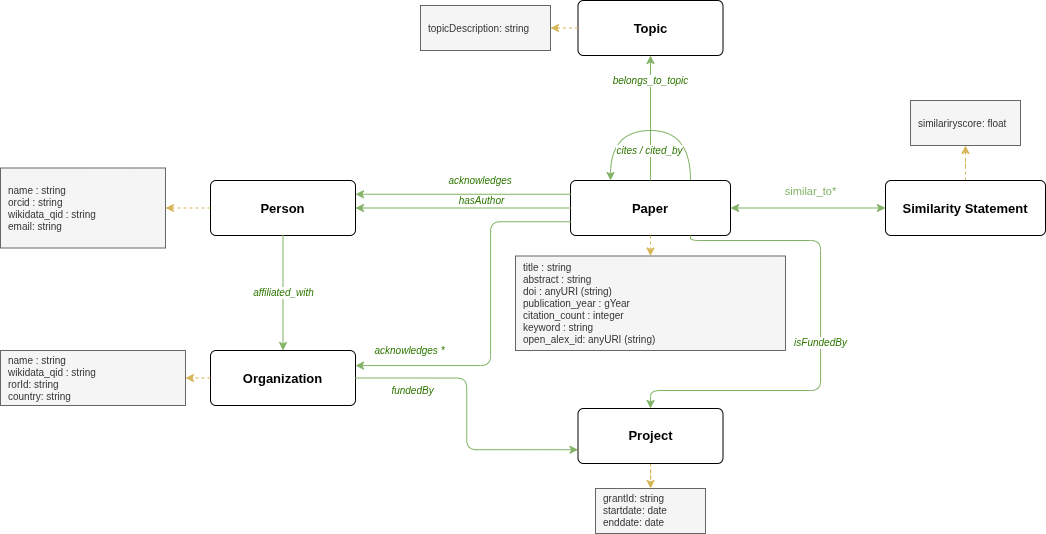
Before: ontology.png, a diagram exported from draw.io (alejandro-f-d/IA-2-SFTW). Source tidied: cells renumbered, new cells last; positions are measured from the earlier drawing's top-left corner, leaving out a move shared by most shapes.
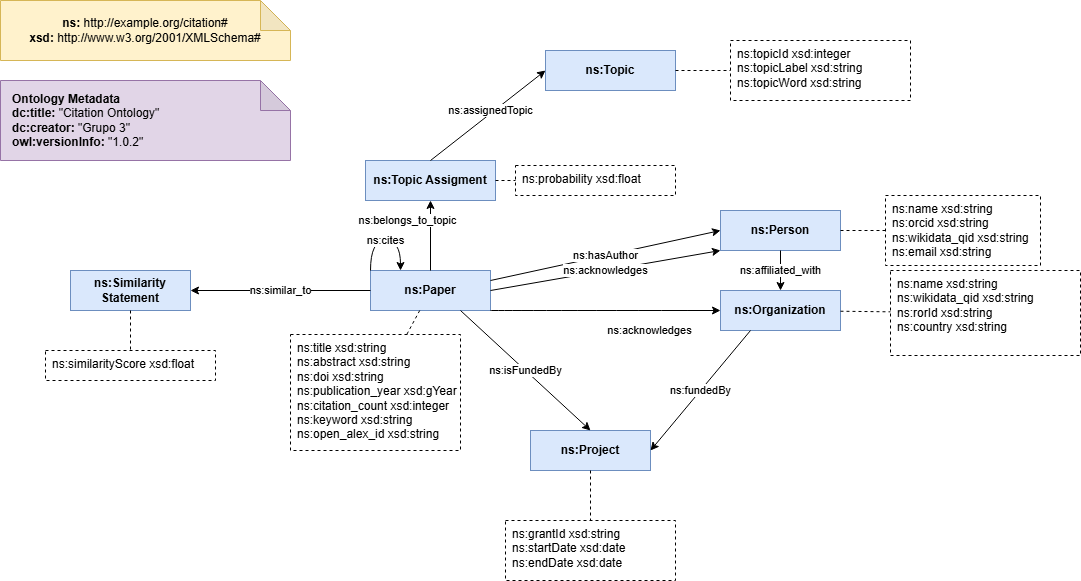
After the change.

Commit message:
Actualización de nombres de la ontología repo.

The edit, as a diff of the source:
```diff
@@ -2,121 +2,115 @@
   <root>
     <mxCell id="0" />
     <mxCell id="1" parent="0" />
-    <mxCell id="2" value="&lt;b&gt;Paper&lt;/b&gt;" style="rounded=1;whiteSpace=wrap;html=1;fontStyle=1;fontSize=13;arcSize=10;" parent="1" vertex="1">
-      <mxGeometry x="570" y="180" width="160" height="55" as="geometry" />
-    </mxCell>
-    <mxCell id="3" value="&lt;b&gt;Person&lt;/b&gt;" style="rounded=1;whiteSpace=wrap;html=1;fontStyle=1;fontSize=13;arcSize=10;" parent="1" vertex="1">
-      <mxGeometry x="210" y="180" width="145" height="55" as="geometry" />
-    </mxCell>
-    <mxCell id="4" value="&lt;b&gt;Organization&lt;/b&gt;" style="rounded=1;whiteSpace=wrap;html=1;fontStyle=1;fontSize=13;arcSize=10;" parent="1" vertex="1">
-      <mxGeometry x="210" y="350" width="145" height="55" as="geometry" />
-    </mxCell>
-    <mxCell id="5" value="&lt;b&gt;Topic&lt;/b&gt;" style="rounded=1;whiteSpace=wrap;html=1;fontStyle=1;fontSize=13;arcSize=10;" parent="1" vertex="1">
-      <mxGeometry x="577.5" width="145" height="55" as="geometry" />
-    </mxCell>
-    <mxCell id="6" style="edgeStyle=orthogonalEdgeStyle;rounded=0;jettySize=auto;html=1;fillColor=#fff2cc;strokeColor=#d6b656;dashed=1;" parent="1" edge="1" source="7" target="30">
-      <mxGeometry relative="1" as="geometry" />
-    </mxCell>
-    <mxCell id="7" value="&lt;b&gt;Project&lt;/b&gt;" style="rounded=1;whiteSpace=wrap;html=1;fontStyle=1;fontSize=13;arcSize=10;" parent="1" vertex="1">
-      <mxGeometry x="577.5" y="408" width="145" height="55" as="geometry" />
-    </mxCell>
-    <mxCell id="8" value="title : string&lt;br&gt;abstract : string&lt;br&gt;doi : anyURI (string)&lt;br&gt;publication_year : gYear&lt;br&gt;citation_count : integer&lt;br&gt;&lt;div&gt;keyword : string&lt;/div&gt;&lt;div&gt;open_alex_id: anyURI (string)&lt;/div&gt;" style="rounded=0;whiteSpace=wrap;html=1;fillColor=#f5f5f5;strokeColor=#666666;fontSize=10;align=left;spacingLeft=6;fontColor=#333333;" parent="1" vertex="1">
-      <mxGeometry x="515" y="255.5" width="270" height="94.5" as="geometry" />
-    </mxCell>
-    <mxCell id="9" value="belongs_to_topic" style="edgeStyle=orthogonalEdgeStyle;html=1;exitX=0.5;exitY=0;exitDx=0;exitDy=0;entryX=0.5;entryY=1;entryDx=0;entryDy=0;strokeColor=#82b366;fontColor=#2d7600;fontStyle=2;fontSize=10;" parent="1" edge="1" source="2" target="5">
-      <mxGeometry x="0.6" relative="1" as="geometry" />
-    </mxCell>
-    <mxCell id="10" value="hasAuthor" style="edgeStyle=orthogonalEdgeStyle;html=1;exitX=0;exitY=0.5;exitDx=0;exitDy=0;entryX=1;entryY=0.5;entryDx=0;entryDy=0;strokeColor=#82b366;fontColor=#2d7600;fontStyle=2;fontSize=10;" parent="1" edge="1" source="2" target="3">
-      <mxGeometry x="-0.16" y="-8" relative="1" as="geometry" />
-    </mxCell>
-    <mxCell id="11" value="acknowledges&amp;nbsp;" style="edgeStyle=elbowEdgeStyle;html=1;exitX=0;exitY=0.25;exitDx=0;exitDy=0;entryX=1;entryY=0.25;entryDx=0;entryDy=0;strokeColor=#82b366;fontColor=#2d7600;fontStyle=2;fontSize=10;" parent="1" edge="1" source="2" target="3">
-      <mxGeometry x="-0.16" y="-14" relative="1" as="geometry">
-        <Array as="points">
-          <mxPoint x="490" y="230" />
-          <mxPoint x="490" y="195" />
-          <mxPoint x="355" y="195" />
-        </Array>
-      </mxGeometry>
-    </mxCell>
-    <mxCell id="12" value="acknowledges *" style="edgeStyle=orthogonalEdgeStyle;html=1;exitX=0;exitY=0.75;exitDx=0;exitDy=0;strokeColor=#82b366;fontColor=#2d7600;fontStyle=2;fontSize=10;" parent="1" edge="1" source="2">
-      <mxGeometry x="0.69" y="-15" relative="1" as="geometry">
-        <mxPoint x="355" y="364" as="targetPoint" />
-        <Array as="points">
-          <mxPoint x="490" y="221" />
-          <mxPoint x="490" y="365" />
-          <mxPoint x="355" y="365" />
-        </Array>
-      </mxGeometry>
-    </mxCell>
-    <mxCell id="13" value="cites / cited_by" style="edgeStyle=orthogonalEdgeStyle;html=1;exitX=0.75;exitY=0;exitDx=0;exitDy=0;entryX=0.25;entryY=0;entryDx=0;entryDy=0;curved=1;strokeColor=#82B366;fontColor=#2D7600;fontStyle=2;fontSize=10;" parent="1" edge="1" source="2" target="2">
-      <mxGeometry y="20" relative="1" as="geometry">
-        <Array as="points">
-          <mxPoint x="610" y="130" />
-          <mxPoint x="650" y="130" />
-        </Array>
-      </mxGeometry>
-    </mxCell>
-    <mxCell id="14" value="affiliated_with" style="edgeStyle=orthogonalEdgeStyle;html=1;exitX=0.5;exitY=1;exitDx=0;exitDy=0;entryX=0.5;entryY=0;entryDx=0;entryDy=0;strokeColor=#82b366;fontColor=#2d7600;fontStyle=2;fontSize=10;" parent="1" edge="1" source="3" target="4">
-      <mxGeometry relative="1" as="geometry" />
-    </mxCell>
-    <mxCell id="15" value="isFundedBy" style="edgeStyle=orthogonalEdgeStyle;html=1;exitX=0.75;exitY=1;exitDx=0;exitDy=0;entryX=0.5;entryY=0;entryDx=0;entryDy=0;strokeColor=#82b366;fontColor=#2d7600;fontStyle=2;fontSize=10;" parent="1" edge="1" source="2" target="7">
-      <mxGeometry relative="1" as="geometry">
-        <Array as="points">
-          <mxPoint x="690" y="240" />
-          <mxPoint x="820" y="240" />
-          <mxPoint x="820" y="390" />
-          <mxPoint x="650" y="390" />
-        </Array>
-      </mxGeometry>
-    </mxCell>
-    <mxCell id="16" value="fundedBy" style="edgeStyle=orthogonalEdgeStyle;html=1;exitX=1;exitY=0.5;exitDx=0;exitDy=0;entryX=0;entryY=0.75;entryDx=0;entryDy=0;strokeColor=#82b366;fontColor=#2d7600;fontStyle=2;fontSize=10;" parent="1" edge="1" source="4" target="7">
-      <mxGeometry x="-0.62" y="-12" relative="1" as="geometry" />
-    </mxCell>
-    <mxCell id="17" style="edgeStyle=orthogonalEdgeStyle;dashed=1;strokeColor=#d6b656;exitX=0.5;exitY=1;exitDx=0;exitDy=0;entryX=0.5;entryY=0;entryDx=0;entryDy=0;" parent="1" edge="1" source="2" target="8">
-      <mxGeometry relative="1" as="geometry" />
-    </mxCell>
-    <mxCell id="18" value="name : string&lt;br&gt;orcid : string&lt;br&gt;wikidata_qid : string&lt;br&gt;&lt;div&gt;email: string&lt;/div&gt;" style="rounded=0;whiteSpace=wrap;html=1;fillColor=#f5f5f5;strokeColor=#666666;fontSize=10;align=left;spacingLeft=6;fontColor=#333333;" parent="1" vertex="1">
-      <mxGeometry y="167.5" width="165" height="80" as="geometry" />
-    </mxCell>
-    <mxCell id="19" style="edgeStyle=orthogonalEdgeStyle;dashed=1;strokeColor=#d6b656;exitX=0.5;exitY=1;exitDx=0;exitDy=0;entryX=0.5;entryY=0;entryDx=0;entryDy=0;" parent="1" edge="1">
-      <mxGeometry relative="1" as="geometry">
-        <mxPoint x="1032.5" y="235" as="sourcePoint" />
-      </mxGeometry>
-    </mxCell>
-    <mxCell id="20" style="edgeStyle=orthogonalEdgeStyle;dashed=1;strokeColor=#d6b656;exitX=0;exitY=0.5;exitDx=0;exitDy=0;entryX=1;entryY=0.5;entryDx=0;entryDy=0;" parent="1" edge="1" source="3" target="18">
-      <mxGeometry relative="1" as="geometry" />
-    </mxCell>
-    <mxCell id="21" value="name : string&lt;br&gt;wikidata_qid : string&lt;br&gt;rorId: string&lt;div&gt;country: string&lt;/div&gt;" style="rounded=0;whiteSpace=wrap;html=1;fillColor=#f5f5f5;strokeColor=#666666;fontSize=10;align=left;spacingLeft=6;fontColor=#333333;" parent="1" vertex="1">
-      <mxGeometry y="350" width="185" height="55" as="geometry" />
-    </mxCell>
-    <mxCell id="22" style="edgeStyle=orthogonalEdgeStyle;dashed=1;strokeColor=#d6b656;exitX=0;exitY=0.5;exitDx=0;exitDy=0;entryX=1;entryY=0.5;entryDx=0;entryDy=0;" parent="1" edge="1" source="4" target="21">
-      <mxGeometry relative="1" as="geometry" />
-    </mxCell>
-    <mxCell id="23" value="topicDescription: string" style="rounded=0;whiteSpace=wrap;html=1;fontSize=10;align=left;spacingLeft=6;fillColor=#f5f5f5;fontColor=#333333;strokeColor=#666666;" parent="1" vertex="1">
-      <mxGeometry x="420" y="5" width="130" height="45" as="geometry" />
-    </mxCell>
-    <mxCell id="24" style="edgeStyle=orthogonalEdgeStyle;dashed=1;strokeColor=#d6b656;exitX=0;exitY=0.5;exitDx=0;exitDy=0;entryX=1;entryY=0.5;entryDx=0;entryDy=0;" parent="1" edge="1" source="5" target="23">
-      <mxGeometry relative="1" as="geometry" />
-    </mxCell>
-    <mxCell id="25" style="edgeStyle=orthogonalEdgeStyle;rounded=0;jettySize=auto;html=1;entryX=0.5;entryY=1;entryDx=0;entryDy=0;fillColor=#fff2cc;strokeColor=#d6b656;dashed=1;" parent="1" edge="1" source="28" target="29">
-      <mxGeometry relative="1" as="geometry" />
-    </mxCell>
-    <mxCell id="26" style="edgeStyle=orthogonalEdgeStyle;rounded=0;jettySize=auto;html=1;fillColor=#d5e8d4;strokeColor=#82b366;endArrow=classic;endFill=1;startArrow=classic;startFill=1;fontColor=#82B366;" parent="1" edge="1" source="28" target="2">
-      <mxGeometry relative="1" as="geometry" />
-    </mxCell>
-    <mxCell id="27" value="&lt;font style=&quot;color: rgb(130, 179, 102);&quot;&gt;similar_to*&lt;/font&gt;" style="edgeLabel;html=1;align=center;verticalAlign=middle;" parent="26" vertex="1">
-      <mxGeometry x="-0.03" y="-2" relative="1" as="geometry">
-        <mxPoint y="-15" as="offset" />
-      </mxGeometry>
-    </mxCell>
-    <mxCell id="28" value="&lt;b&gt;Similarity Statement&lt;/b&gt;" style="rounded=1;whiteSpace=wrap;html=1;fontStyle=1;fontSize=13;arcSize=10;" parent="1" vertex="1">
-      <mxGeometry x="885" y="180" width="160" height="55" as="geometry" />
-    </mxCell>
-    <mxCell id="29" value="similariryscore: float" style="rounded=0;whiteSpace=wrap;html=1;fontSize=10;align=left;spacingLeft=6;fillColor=#f5f5f5;fontColor=#333333;strokeColor=#666666;" parent="1" vertex="1">
-      <mxGeometry x="910" y="100" width="110" height="45" as="geometry" />
-    </mxCell>
-    <mxCell id="30" value="grantId: string&lt;div&gt;startdate: date&lt;/div&gt;&lt;div&gt;enddate: date&lt;/div&gt;" style="rounded=0;whiteSpace=wrap;html=1;fontSize=10;align=left;spacingLeft=6;fillColor=#f5f5f5;fontColor=#333333;strokeColor=#666666;" parent="1" vertex="1">
-      <mxGeometry x="595" y="488" width="110" height="45" as="geometry" />
-    </mxCell>
+    <mxCell id="31" value="&lt;div&gt;&lt;b&gt;ns:&lt;/b&gt; http://example.org/citation#&lt;/div&gt;&lt;div&gt;&lt;b&gt;xsd:&lt;/b&gt; http://www.w3.org/2001/XMLSchema#&lt;/div&gt;" style="shape=note;whiteSpace=wrap;html=1;backgroundOutline=1;darkOpacity=0.05;fillColor=#fff2cc;strokeColor=#d6b656;" parent="1" vertex="1">
+      <mxGeometry x="-100" y="-190" width="290" height="60" as="geometry" />
+    </mxCell>
+    <mxCell id="32" value="&lt;b&gt;Ontology Metadata&lt;/b&gt;&lt;br&gt;&lt;b&gt;dc:title:&lt;/b&gt; &quot;Citation Ontology&quot;&lt;br&gt;&lt;b&gt;dc:creator:&lt;/b&gt; &quot;Grupo 3&quot;&lt;br&gt;&lt;b&gt;owl:versionInfo:&lt;/b&gt; &quot;1.0.2&quot;" style="shape=note;whiteSpace=wrap;html=1;backgroundOutline=1;darkOpacity=0.05;fillColor=#e1d5e7;strokeColor=#9673a6;align=left;spacingLeft=10;" parent="1" vertex="1">
+      <mxGeometry x="-100" y="-110" width="290" height="80" as="geometry" />
+    </mxCell>
+    <mxCell id="33" value="ns:Paper" style="rounded=0;whiteSpace=wrap;html=1;fillColor=#dae8fc;strokeColor=#6c8ebf;fontStyle=1;" parent="1" vertex="1">
+      <mxGeometry x="270" y="80" width="120" height="40" as="geometry" />
+    </mxCell>
+    <mxCell id="34" value="ns:Topic" style="rounded=0;whiteSpace=wrap;html=1;fillColor=#dae8fc;strokeColor=#6c8ebf;fontStyle=1;" parent="1" vertex="1">
+      <mxGeometry x="445" y="-140" width="130" height="40" as="geometry" />
+    </mxCell>
+    <mxCell id="35" value="ns:Organization" style="rounded=0;whiteSpace=wrap;html=1;fillColor=#dae8fc;strokeColor=#6c8ebf;fontStyle=1;" parent="1" vertex="1">
+      <mxGeometry x="620" y="100" width="120" height="40" as="geometry" />
+    </mxCell>
+    <mxCell id="36" value="ns:Person" style="rounded=0;whiteSpace=wrap;html=1;fillColor=#dae8fc;strokeColor=#6c8ebf;fontStyle=1;" parent="1" vertex="1">
+      <mxGeometry x="620" y="20" width="120" height="40" as="geometry" />
+    </mxCell>
+    <mxCell id="37" value="ns:Similarity Statement" style="rounded=0;whiteSpace=wrap;html=1;fillColor=#dae8fc;strokeColor=#6c8ebf;fontStyle=1;" parent="1" vertex="1">
+      <mxGeometry x="-30" y="80" width="120" height="40" as="geometry" />
+    </mxCell>
+    <mxCell id="38" value="ns:Project" style="rounded=0;whiteSpace=wrap;html=1;fillColor=#dae8fc;strokeColor=#6c8ebf;fontStyle=1;" parent="1" vertex="1">
+      <mxGeometry x="430" y="240" width="120" height="40" as="geometry" />
+    </mxCell>
+    <mxCell id="39" value="&lt;div&gt;ns:title xsd:string&lt;/div&gt;&lt;div&gt;ns:abstract xsd:string&lt;/div&gt;&lt;div&gt;ns:doi xsd:string&lt;/div&gt;&lt;div&gt;ns:publication_year xsd:gYear&lt;/div&gt;&lt;div&gt;ns:citation_count xsd:integer&lt;/div&gt;&lt;div&gt;ns:keyword xsd:string&lt;/div&gt;&lt;div&gt;ns:open_alex_id xsd:string&lt;/div&gt;" style="rounded=0;dashed=1;html=1;whiteSpace=wrap;align=left;verticalAlign=top;spacingLeft=5;" parent="1" vertex="1">
+      <mxGeometry x="190" y="144" width="170" height="116" as="geometry" />
+    </mxCell>
+    <mxCell id="40" style="endArrow=none;html=1;dashed=1;" parent="1" edge="1" source="33" target="39">
+      <mxGeometry relative="1" as="geometry" />
+    </mxCell>
+    <mxCell id="41" value="&lt;div&gt;ns:name xsd:string&lt;/div&gt;&lt;div&gt;ns:wikidata_qid xsd:string&lt;/div&gt;&lt;div&gt;ns:rorId xsd:string&lt;/div&gt;&lt;div&gt;ns:country xsd:string&lt;/div&gt;" style="rounded=0;dashed=1;html=1;whiteSpace=wrap;align=left;verticalAlign=top;spacingLeft=5;" parent="1" vertex="1">
+      <mxGeometry x="790" y="80" width="190" height="85" as="geometry" />
+    </mxCell>
+    <mxCell id="42" style="endArrow=none;html=1;dashed=1;" parent="1" edge="1" source="35" target="41">
+      <mxGeometry relative="1" as="geometry" />
+    </mxCell>
+    <mxCell id="43" value="&lt;div&gt;ns:topicId xsd:integer&lt;/div&gt;&lt;div&gt;ns:topicLabel xsd:string&lt;/div&gt;&lt;div&gt;ns:topicWord xsd:string&lt;/div&gt;" style="rounded=0;dashed=1;html=1;whiteSpace=wrap;align=left;verticalAlign=top;spacingLeft=5;" parent="1" vertex="1">
+      <mxGeometry x="630" y="-150" width="180" height="60" as="geometry" />
+    </mxCell>
+    <mxCell id="44" style="endArrow=none;html=1;dashed=1;" parent="1" edge="1" source="34" target="43">
+      <mxGeometry relative="1" as="geometry" />
+    </mxCell>
+    <mxCell id="45" value="ns:name xsd:string&lt;div&gt;ns:orcid xsd:string&lt;div&gt;ns:wikidata_qid xsd:string&lt;div&gt;ns:email xsd:string&lt;/div&gt;&lt;/div&gt;&lt;/div&gt;" style="rounded=0;dashed=1;html=1;whiteSpace=wrap;align=left;verticalAlign=top;spacingLeft=5;" parent="1" vertex="1">
+      <mxGeometry x="785" y="5" width="155" height="70" as="geometry" />
+    </mxCell>
+    <mxCell id="46" style="endArrow=none;html=1;dashed=1;" parent="1" edge="1" source="36" target="45">
+      <mxGeometry relative="1" as="geometry" />
+    </mxCell>
+    <mxCell id="47" value="ns:similarityScore xsd:float&amp;nbsp;" style="rounded=0;dashed=1;html=1;whiteSpace=wrap;align=left;verticalAlign=top;spacingLeft=5;" parent="1" vertex="1">
+      <mxGeometry x="-55" y="160" width="170" height="30" as="geometry" />
+    </mxCell>
+    <mxCell id="48" style="endArrow=none;html=1;dashed=1;" parent="1" edge="1" source="37" target="47">
+      <mxGeometry relative="1" as="geometry" />
+    </mxCell>
+    <mxCell id="49" value="ns:belongs_to_topic" style="endArrow=classic;html=1;labelBackgroundColor=#ffffff;entryX=0.5;entryY=1;entryDx=0;entryDy=0;" parent="1" edge="1" target="60">
+      <mxGeometry x="0.42" y="23" relative="1" as="geometry">
+        <mxPoint x="330" y="80" as="sourcePoint" />
+      </mxGeometry>
+    </mxCell>
+    <mxCell id="50" value="ns:hasAuthor" style="endArrow=classic;html=1;labelBackgroundColor=#ffffff;entryX=0;entryY=0.5;entryDx=0;entryDy=0;exitX=1;exitY=0.25;exitDx=0;exitDy=0;" parent="1" edge="1" source="33" target="36">
+      <mxGeometry relative="1" as="geometry" />
+    </mxCell>
+    <mxCell id="51" value="ns:acknowledges" style="endArrow=classic;html=1;labelBackgroundColor=#ffffff;edgeStyle=orthogonalEdgeStyle;curved=1;exitX=1;exitY=1;exitDx=0;exitDy=0;entryX=0;entryY=0.5;entryDx=0;entryDy=0;" parent="1" edge="1" source="33" target="35">
+      <mxGeometry x="0.38" y="-20" relative="1" as="geometry">
+        <Array as="points">
+          <mxPoint x="620" y="120" />
+        </Array>
+      </mxGeometry>
+    </mxCell>
+    <mxCell id="52" value="ns:affiliated_with" style="endArrow=classic;html=1;labelBackgroundColor=#ffffff;" parent="1" edge="1" source="36" target="35">
+      <mxGeometry relative="1" as="geometry" />
+    </mxCell>
+    <mxCell id="53" value="ns:similar_to" style="endArrow=classic;html=1;labelBackgroundColor=#ffffff;" parent="1" edge="1" source="33" target="37">
+      <mxGeometry relative="1" as="geometry" />
+    </mxCell>
+    <mxCell id="54" value="ns:cites" style="endArrow=classic;html=1;labelBackgroundColor=#ffffff;edgeStyle=orthogonalEdgeStyle;curved=1;exitX=0;exitY=0;exitDx=0;exitDy=0;entryX=0.25;entryY=0;entryDx=0;entryDy=0;" parent="1" edge="1" source="33" target="33">
+      <mxGeometry relative="1" as="geometry">
+        <Array as="points">
+          <mxPoint x="270" y="50" />
+          <mxPoint x="300" y="50" />
+        </Array>
+      </mxGeometry>
+    </mxCell>
+    <mxCell id="55" value="ns:acknowledges" style="endArrow=classic;html=1;labelBackgroundColor=#ffffff;entryX=0;entryY=1;entryDx=0;entryDy=0;exitX=1;exitY=0.5;exitDx=0;exitDy=0;" parent="1" edge="1" source="33" target="36">
+      <mxGeometry relative="1" as="geometry" />
+    </mxCell>
+    <mxCell id="56" value="ns:fundedBy" style="endArrow=classic;html=1;labelBackgroundColor=#ffffff;entryX=1;entryY=0.5;entryDx=0;entryDy=0;exitX=0.25;exitY=1;exitDx=0;exitDy=0;" parent="1" edge="1" source="35" target="38">
+      <mxGeometry relative="1" as="geometry" />
+    </mxCell>
+    <mxCell id="57" value="ns:isFundedBy" style="endArrow=classic;html=1;labelBackgroundColor=#ffffff;entryX=0.5;entryY=0;entryDx=0;entryDy=0;exitX=0.75;exitY=1;exitDx=0;exitDy=0;" parent="1" edge="1" source="33" target="38">
+      <mxGeometry relative="1" as="geometry" />
+    </mxCell>
+    <mxCell id="58" value="&lt;div&gt;ns:grantId xsd:string&lt;/div&gt;&lt;div&gt;ns:startDate xsd:date&lt;/div&gt;&lt;div&gt;ns:endDate xsd:date&lt;/div&gt;" style="rounded=0;dashed=1;html=1;whiteSpace=wrap;align=left;verticalAlign=top;spacingLeft=5;" parent="1" vertex="1">
+      <mxGeometry x="405" y="330" width="170" height="60" as="geometry" />
+    </mxCell>
+    <mxCell id="59" style="endArrow=none;html=1;dashed=1;exitX=0.5;exitY=1;exitDx=0;exitDy=0;entryX=0.5;entryY=0;entryDx=0;entryDy=0;" parent="1" edge="1" source="38" target="58">
+      <mxGeometry relative="1" as="geometry" />
+    </mxCell>
+    <mxCell id="60" value="ns:Topic Assigment" style="rounded=0;whiteSpace=wrap;html=1;fillColor=#dae8fc;strokeColor=#6c8ebf;fontStyle=1;" parent="1" vertex="1">
+      <mxGeometry x="265" y="-30" width="130" height="40" as="geometry" />
+    </mxCell>
+    <mxCell id="61" value="ns:assignedTopic" style="endArrow=classic;html=1;labelBackgroundColor=#ffffff;entryX=0;entryY=0.5;entryDx=0;entryDy=0;exitX=0.5;exitY=0;exitDx=0;exitDy=0;" parent="1" edge="1" source="60" target="34">
+      <mxGeometry x="0.07" y="2" relative="1" as="geometry" />
+    </mxCell>
+    <mxCell id="62" value="ns:probability xsd:float" style="rounded=0;dashed=1;html=1;whiteSpace=wrap;align=left;verticalAlign=top;spacingLeft=5;" parent="1" vertex="1">
+      <mxGeometry x="415" y="-25" width="160" height="30" as="geometry" />
+    </mxCell>
+    <mxCell id="63" style="endArrow=none;html=1;dashed=1;exitX=1;exitY=0.5;exitDx=0;exitDy=0;entryX=0;entryY=0.5;entryDx=0;entryDy=0;" parent="1" edge="1" source="60" target="62">
+      <mxGeometry relative="1" as="geometry" />
+    </mxCell>
   </root>
 </mxGraphModel>
```
